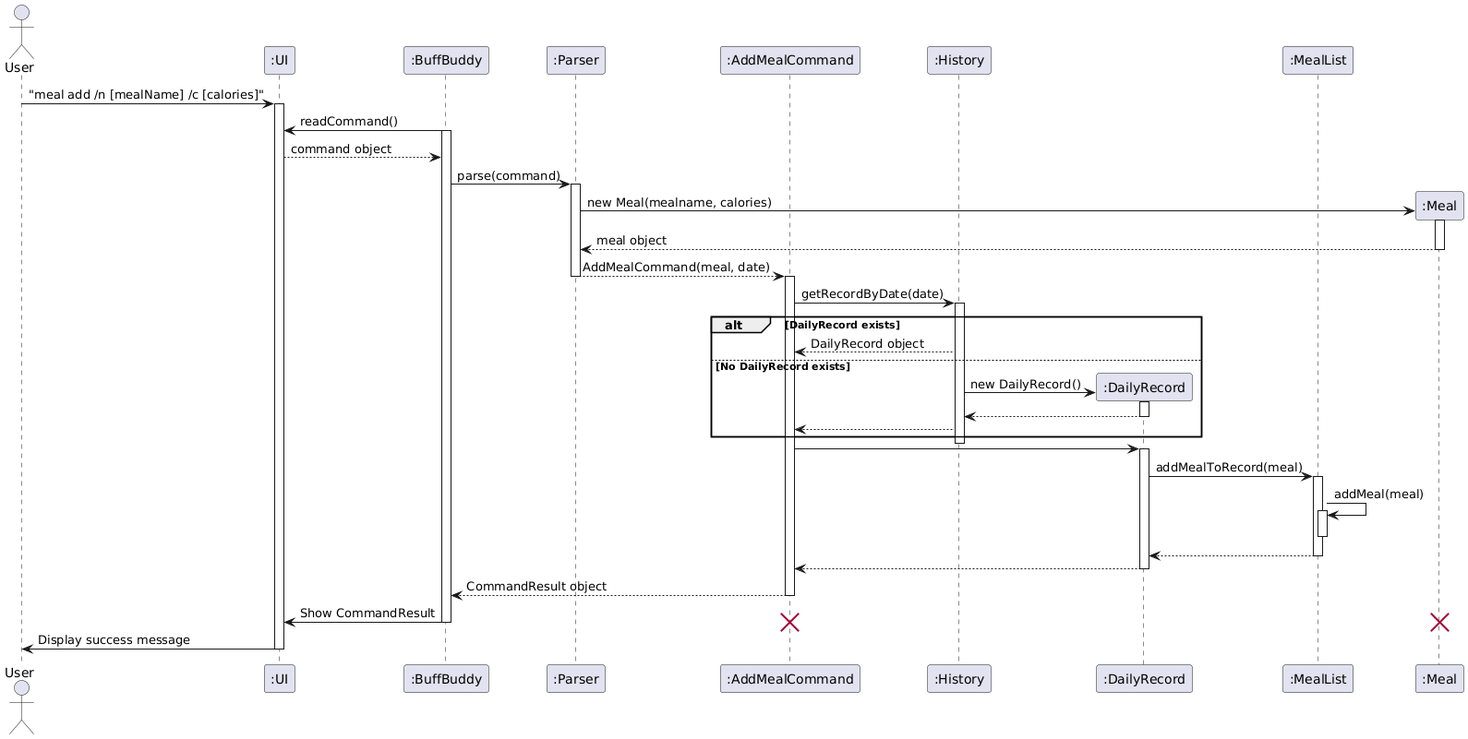
Before: docs/images/addMealSequenceDiagram.png, a diagram exported from PlantUML (nus-cs2113-AY2425S1/tp).
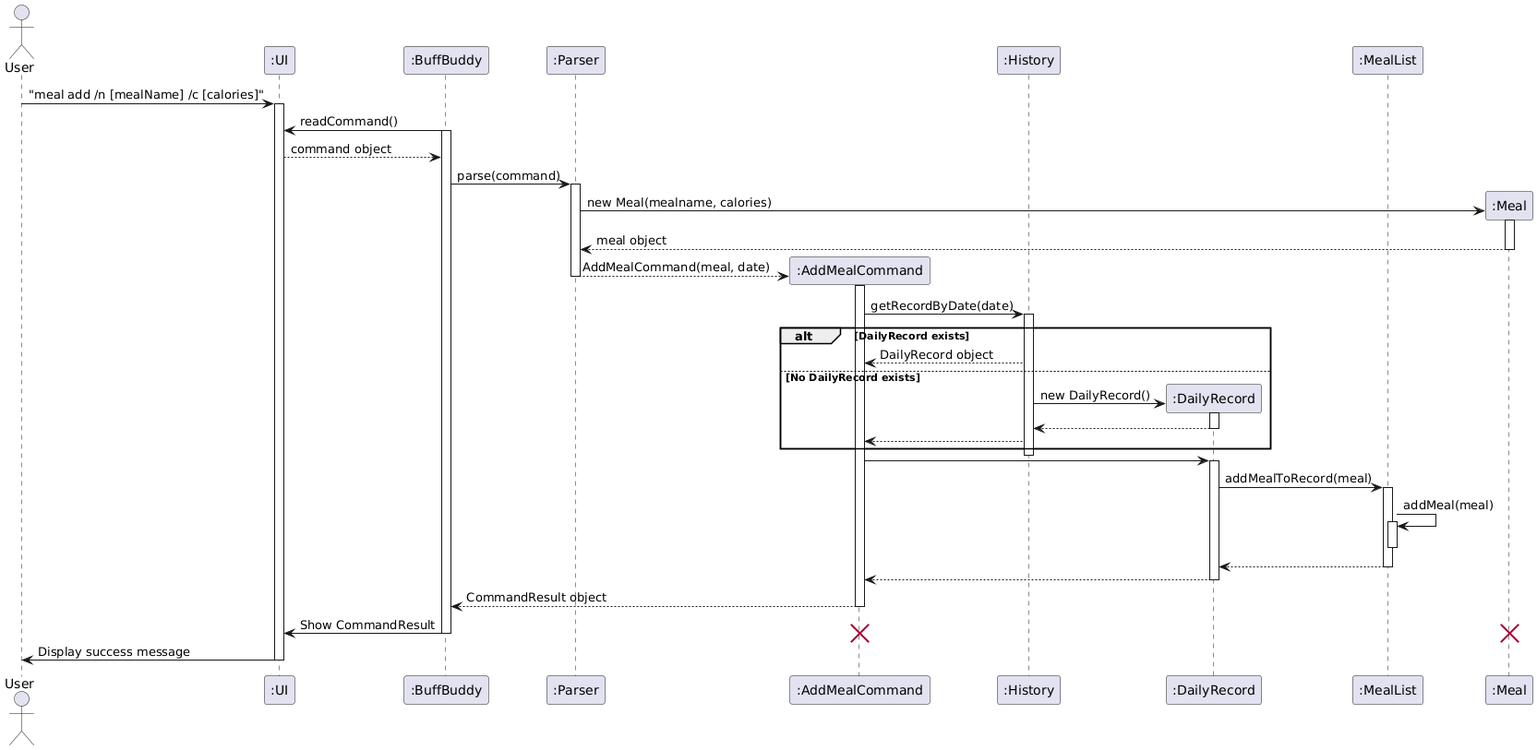
Above is the later version.

Commit message:
Edited Meal sequence diagrams AGAIN

Change to the diagram source:
```diff
@@ -23,6 +23,7 @@
 Meal --> Parser: meal object
 deactivate Meal
 
+create AddCmd
 Parser --> AddCmd: AddMealCommand(meal, date)
 deactivate Parser
 activate AddCmd
```
